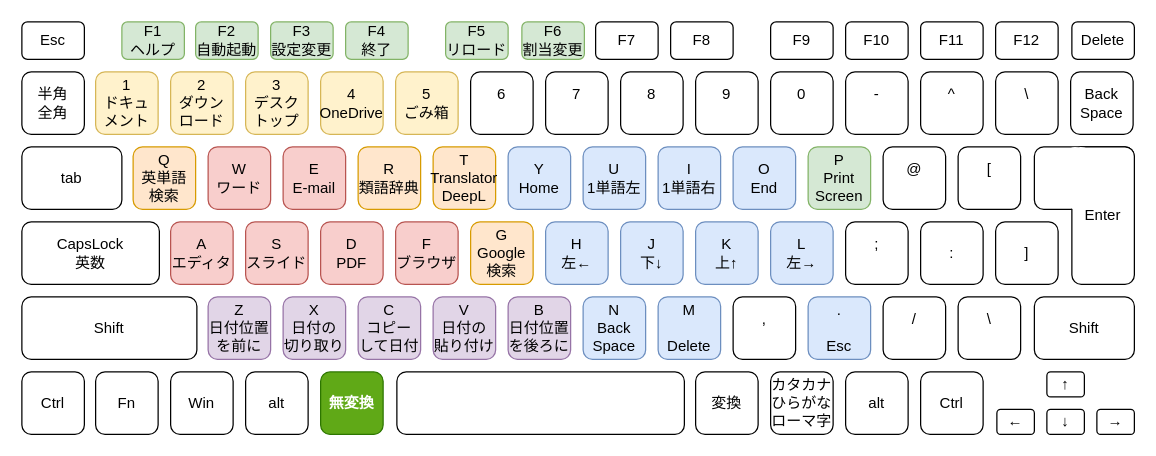
This is AutoHotKey/Img/keyboard.drawio from kimushun1101/muhenkan-switch, a draw.io file, before an edit. Source tidied: cells renumbered, new cells numbered last; positions are measured from the earlier drawing's top-left corner, leaving out a move shared by most shapes. Both pictures are drawn from the tidied source at 125%, with x=0, y=0 at pixel (21, 21).
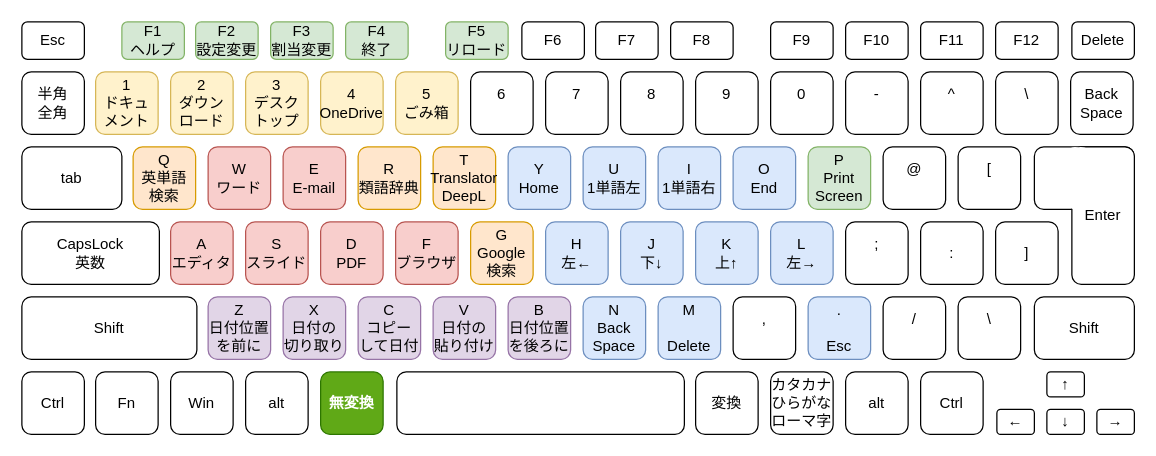
After the change.

The edit, as a diff of the source:
```diff
@@
-    <mxCell id="43" value="F3&lt;br&gt;設定変更" style="rounded=1;whiteSpace=wrap;html=1;fillColor=#d5e8d4;strokeColor=#82b366;" parent="1" vertex="1">
+    <mxCell id="43" value="F3&lt;br&gt;割当変更" style="rounded=1;whiteSpace=wrap;html=1;fillColor=#d5e8d4;strokeColor=#82b366;" parent="1" vertex="1">
       <mxGeometry x="199" width="50" height="30" as="geometry" />
     </mxCell>
-    <mxCell id="44" value="F2&lt;br&gt;自動起動" style="rounded=1;whiteSpace=wrap;html=1;fillColor=#d5e8d4;strokeColor=#82b366;" parent="1" vertex="1">
+    <mxCell id="44" value="F2&lt;br&gt;設定変更" style="rounded=1;whiteSpace=wrap;html=1;fillColor=#d5e8d4;strokeColor=#82b366;" parent="1" vertex="1">
       <mxGeometry x="139" width="50" height="30" as="geometry" />
     </mxCell>
@@
-    <mxCell id="50" value="F6&lt;br&gt;割当変更" style="rounded=1;whiteSpace=wrap;html=1;fillColor=#d5e8d4;strokeColor=#82b366;" parent="1" vertex="1">
+    <mxCell id="50" value="F6" style="rounded=1;whiteSpace=wrap;html=1;" parent="1" vertex="1">
       <mxGeometry x="400" width="50" height="30" as="geometry" />
     </mxCell>
```
